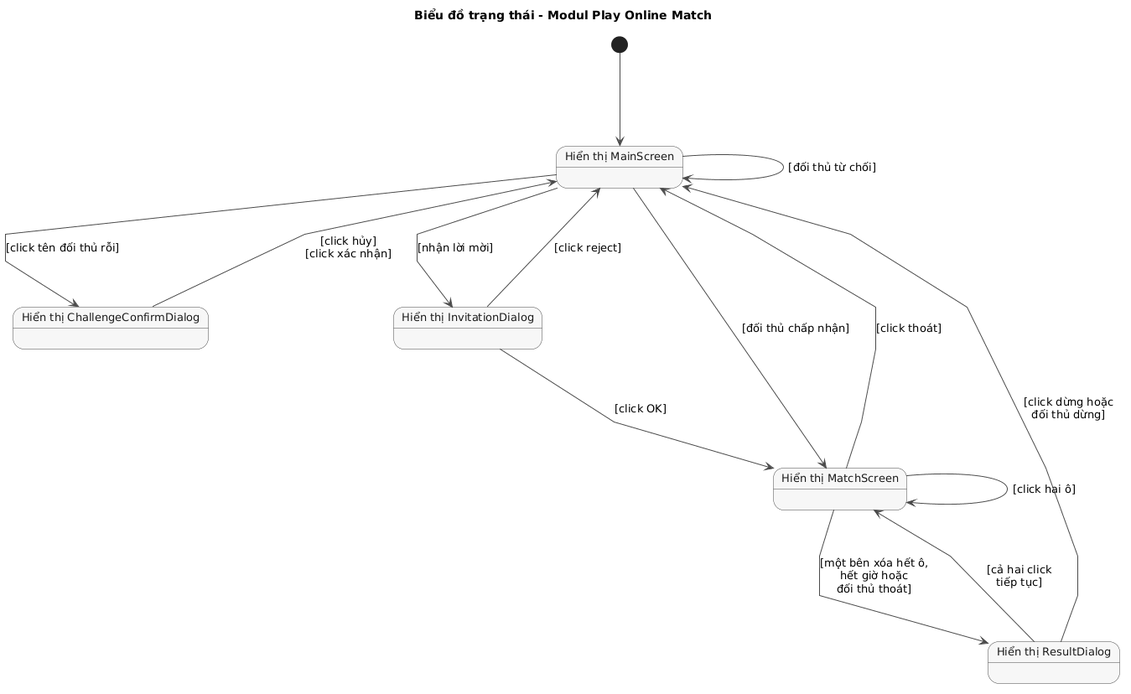
The PlantUML diagram docs/uml/pha2/state-m4.png in VattenL/mobile-pikachu, before a commit.
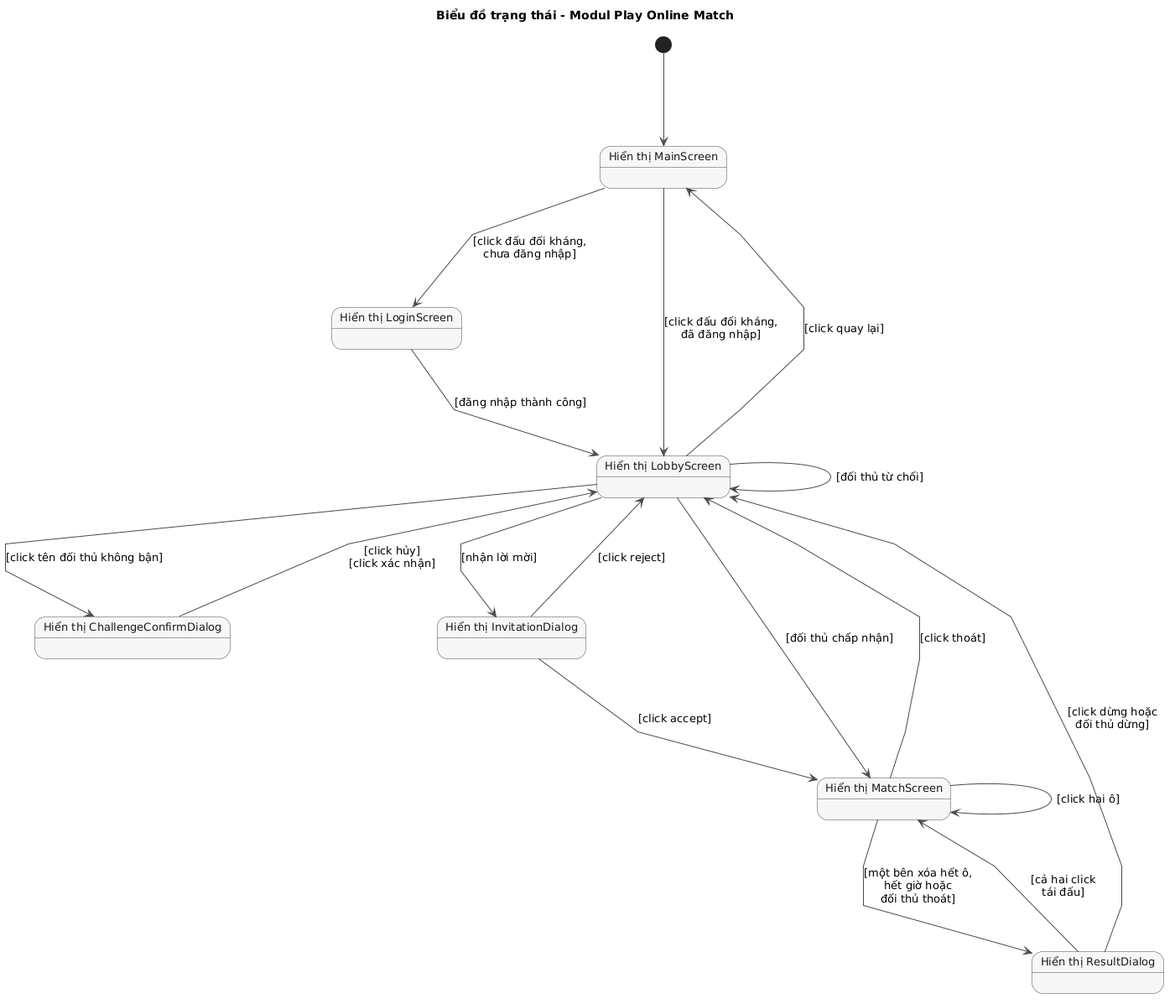
After the change.

What changed in the source:
```diff
@@ -14,22 +14,28 @@
 }
 
 state "Hiển thị MainScreen" as Main
+state "Hiển thị LoginScreen" as Login
+state "Hiển thị LobbyScreen" as Lobby
 state "Hiển thị ChallengeConfirmDialog" as Confirm
 state "Hiển thị InvitationDialog" as Invitation
 state "Hiển thị MatchScreen" as Match
 state "Hiển thị ResultDialog" as Result
 
 [*] --> Main
-Main --> Confirm : [click tên đối thủ rỗi]
-Confirm --> Main : [click hủy]\n[click xác nhận]
-Main --> Main : [đối thủ từ chối]
-Main --> Invitation : [nhận lời mời]
-Invitation --> Main : [click reject]
-Invitation --> Match : [click OK]
-Main --> Match : [đối thủ chấp nhận]
+Main --> Login : [click đấu đối kháng,\nchưa đăng nhập]
+Login --> Lobby : [đăng nhập thành công]
+Main --> Lobby : [click đấu đối kháng,\nđã đăng nhập]
+Lobby --> Main : [click quay lại]
+Lobby --> Confirm : [click tên đối thủ không bận]
+Confirm --> Lobby : [click hủy]\n[click xác nhận]
+Lobby --> Lobby : [đối thủ từ chối]
+Lobby --> Invitation : [nhận lời mời]
+Invitation --> Lobby : [click reject]
+Invitation --> Match : [click accept]
+Lobby --> Match : [đối thủ chấp nhận]
 Match --> Match : [click hai ô]
-Match --> Main : [click thoát]
+Match --> Lobby : [click thoát]
 Match --> Result : [một bên xóa hết ô,\nhết giờ hoặc\nđối thủ thoát]
-Result --> Match : [cả hai click\ntiếp tục]
-Result --> Main : [click dừng hoặc\nđối thủ dừng]
+Result --> Match : [cả hai click\ntái đấu]
+Result --> Lobby : [click dừng hoặc\nđối thủ dừng]
 @enduml
```
